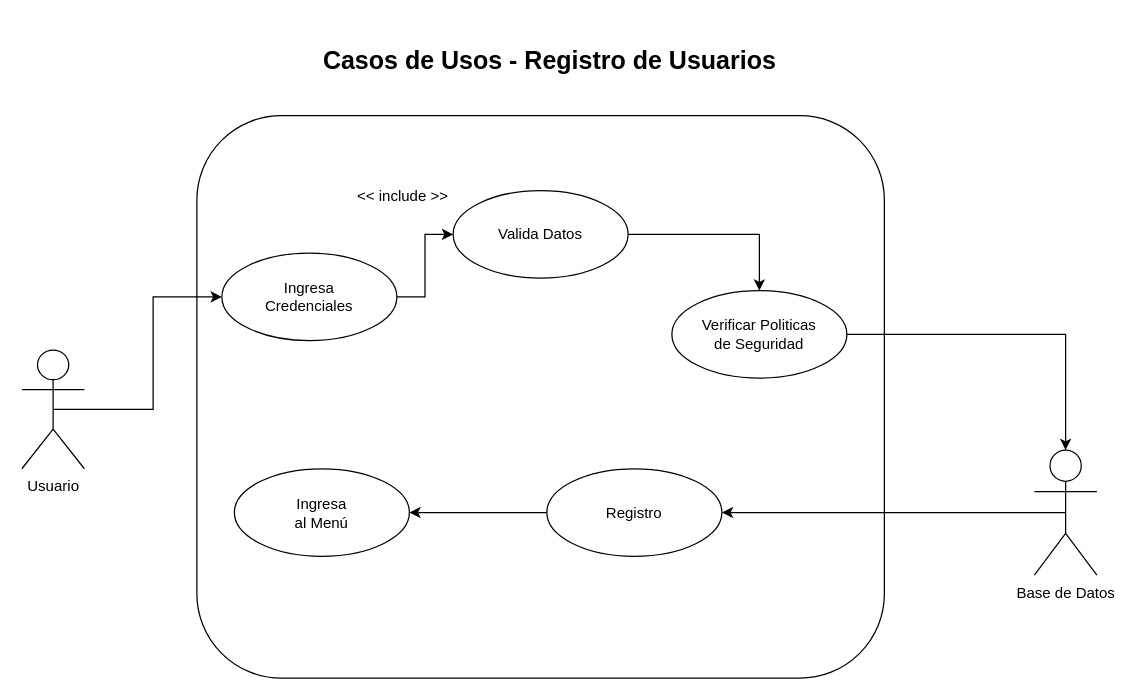
Before: Casos de Uso - Registro de Usuario.drawio in Maty1441/repoPersonal, a draw.io diagram. Source tidied: cells renumbered, new cells numbered last; positions are measured from the earlier drawing's top-left corner, leaving out a move shared by most shapes. Both pictures are drawn from the tidied source at 125%, with x=0, y=0 at pixel (21, 40).
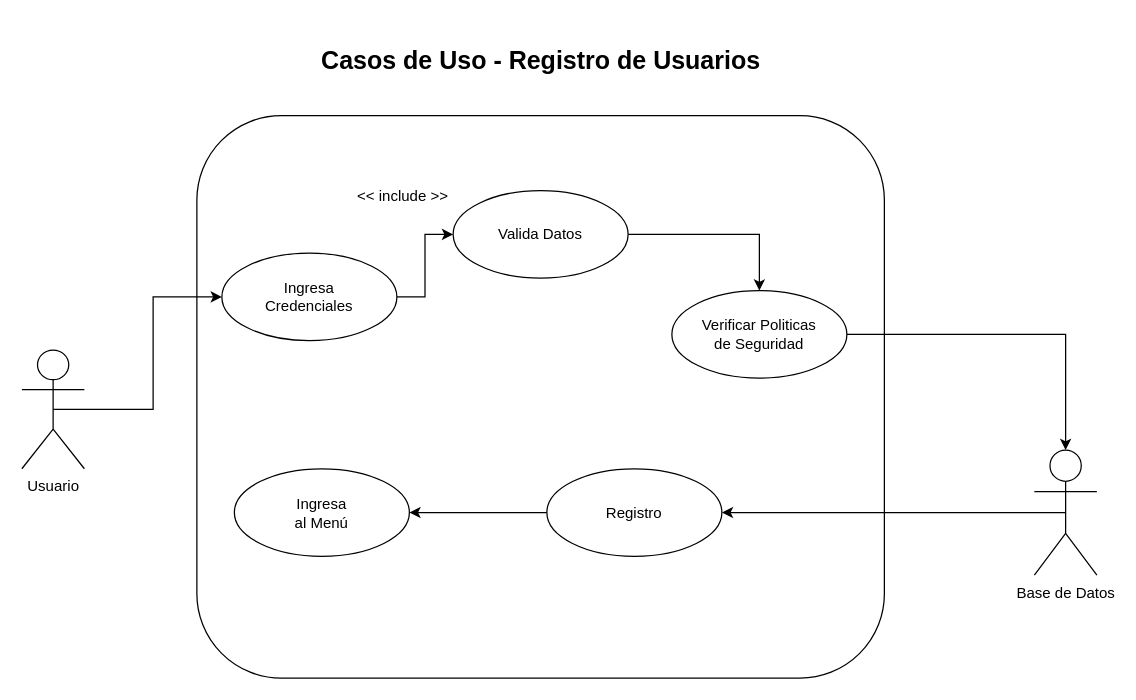
Above is the later version.

Commit message (it also covers changes not shown here):
Añadido el docx, modificado el draw.io y un txt con comandos

Diff of the diagram source:
```diff
@@
 <mxGraphModel>
   <root>
     <mxCell id="0" />
     <mxCell id="1" parent="0" />
     <mxCell id="2" style="rounded=1;whiteSpace=wrap;html=1;fillColor=none;strokeColor=default;" parent="1" vertex="1">
       <mxGeometry x="140" y="60" width="550" height="450" as="geometry" />
     </mxCell>
     <mxCell id="3" style="edgeStyle=orthogonalEdgeStyle;rounded=0;jettySize=auto;html=1;entryX=0;entryY=0.5;entryDx=0;entryDy=0;exitX=0.5;exitY=0.5;exitDx=0;exitDy=0;exitPerimeter=0;" parent="1" edge="1" source="4" target="6">
       <mxGeometry relative="1" as="geometry" />
     </mxCell>
     <mxCell id="4" value="Usuario" style="shape=umlActor;verticalLabelPosition=bottom;verticalAlign=top;html=1;" parent="1" vertex="1">
       <mxGeometry y="247.5" width="50" height="95" as="geometry" />
     </mxCell>
     <mxCell id="5" style="edgeStyle=orthogonalEdgeStyle;rounded=0;jettySize=auto;html=1;exitX=1;exitY=0.5;exitDx=0;exitDy=0;entryX=0;entryY=0.5;entryDx=0;entryDy=0;" parent="1" edge="1" source="6" target="11">
       <mxGeometry relative="1" as="geometry" />
     </mxCell>
     <mxCell id="6" value="Ingresa&lt;div&gt;Credenciales&lt;/div&gt;" style="ellipse;whiteSpace=wrap;html=1;" parent="1" vertex="1">
       <mxGeometry x="160" y="170" width="140" height="70" as="geometry" />
     </mxCell>
     <mxCell id="7" style="edgeStyle=orthogonalEdgeStyle;rounded=0;jettySize=auto;html=1;exitX=0;exitY=0.5;exitDx=0;exitDy=0;entryX=1;entryY=0.5;entryDx=0;entryDy=0;" parent="1" edge="1" source="8" target="12">
       <mxGeometry relative="1" as="geometry" />
     </mxCell>
     <mxCell id="8" value="Registro" style="ellipse;whiteSpace=wrap;html=1;" parent="1" vertex="1">
       <mxGeometry x="420" y="342.5" width="140" height="70" as="geometry" />
     </mxCell>
     <mxCell id="9" value="&amp;lt;&amp;lt; include &amp;gt;&amp;gt;" style="text;html=1;align=center;verticalAlign=middle;whiteSpace=wrap;rounded=0;" parent="1" vertex="1">
       <mxGeometry x="260" y="110" width="90" height="30" as="geometry" />
     </mxCell>
     <mxCell id="10" style="edgeStyle=orthogonalEdgeStyle;rounded=0;jettySize=auto;html=1;exitX=1;exitY=0.5;exitDx=0;exitDy=0;" parent="1" edge="1" source="11" target="16">
       <mxGeometry relative="1" as="geometry" />
     </mxCell>
     <mxCell id="11" value="Valida Datos" style="ellipse;whiteSpace=wrap;html=1;" parent="1" vertex="1">
       <mxGeometry x="345" y="120" width="140" height="70" as="geometry" />
     </mxCell>
     <mxCell id="12" value="Ingresa&lt;div&gt;al Menú&lt;/div&gt;" style="ellipse;whiteSpace=wrap;html=1;" parent="1" vertex="1">
       <mxGeometry x="170" y="342.5" width="140" height="70" as="geometry" />
     </mxCell>
-    <mxCell id="13" value="&lt;h1&gt;&lt;b&gt;&lt;font face=&quot;Helvetica&quot; style=&quot;font-size: 20px;&quot;&gt;Casos de Usos - Registro de Usuarios&lt;/font&gt;&lt;/b&gt;&lt;/h1&gt;" style="text;html=1;align=center;verticalAlign=middle;whiteSpace=wrap;rounded=0;" parent="1" vertex="1">
-      <mxGeometry x="150" width="545" height="30" as="geometry" />
+    <mxCell id="13" value="&lt;h1&gt;&lt;b&gt;&lt;font face=&quot;Helvetica&quot; style=&quot;font-size: 20px;&quot;&gt;Casos de Uso - Registro de Usuarios&lt;/font&gt;&lt;/b&gt;&lt;/h1&gt;" style="text;html=1;align=center;verticalAlign=middle;whiteSpace=wrap;rounded=0;" parent="1" vertex="1">
+      <mxGeometry x="142.5" width="545" height="30" as="geometry" />
     </mxCell>
     <mxCell id="14" style="edgeStyle=orthogonalEdgeStyle;rounded=0;jettySize=auto;html=1;exitX=0.5;exitY=0.5;exitDx=0;exitDy=0;exitPerimeter=0;entryX=1;entryY=0.5;entryDx=0;entryDy=0;" parent="1" edge="1" source="15" target="8">
       <mxGeometry relative="1" as="geometry" />
     </mxCell>
     <mxCell id="15" value="Base de Datos&lt;div&gt;&lt;br&gt;&lt;/div&gt;" style="shape=umlActor;verticalLabelPosition=bottom;verticalAlign=top;html=1;outlineConnect=0;" parent="1" vertex="1">
       <mxGeometry x="810" y="327.5" width="50" height="100" as="geometry" />
     </mxCell>
     <mxCell id="16" value="Verificar Politicas&lt;div&gt;de Seguridad&lt;/div&gt;" style="ellipse;whiteSpace=wrap;html=1;" parent="1" vertex="1">
       <mxGeometry x="520" y="200" width="140" height="70" as="geometry" />
     </mxCell>
     <mxCell id="17" style="edgeStyle=orthogonalEdgeStyle;rounded=0;jettySize=auto;html=1;exitX=1;exitY=0.5;exitDx=0;exitDy=0;entryX=0.5;entryY=0;entryDx=0;entryDy=0;entryPerimeter=0;" parent="1" edge="1" source="16" target="15">
       <mxGeometry relative="1" as="geometry" />
     </mxCell>
   </root>
 </mxGraphModel>
```
